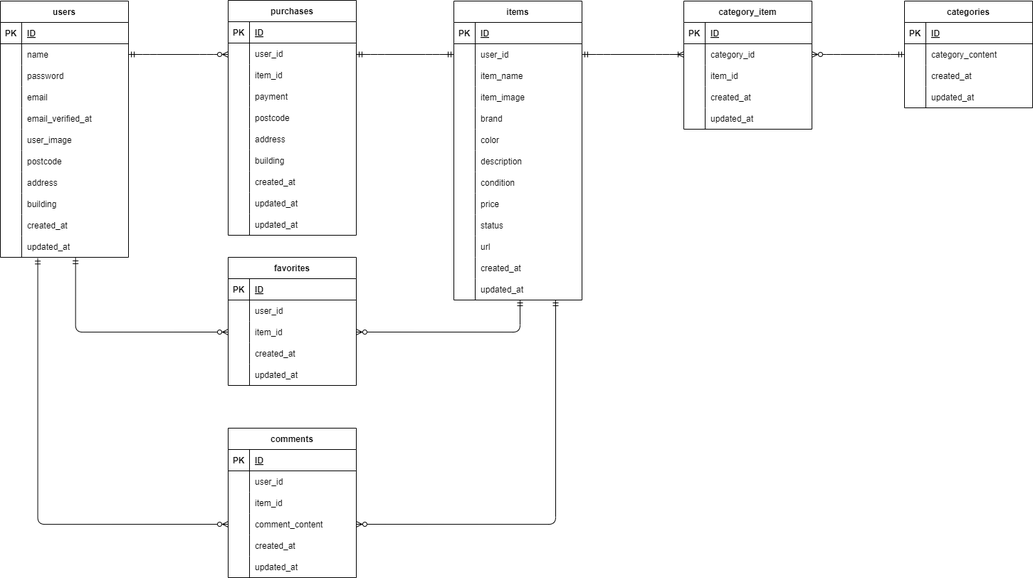
Above: ER.drawio.png in Mai1933/CTfleamarket (draw.io), before the change. Source tidied: cells renumbered, new cells last; positions are measured from the earlier drawing's top-left corner, leaving out a move shared by most shapes.
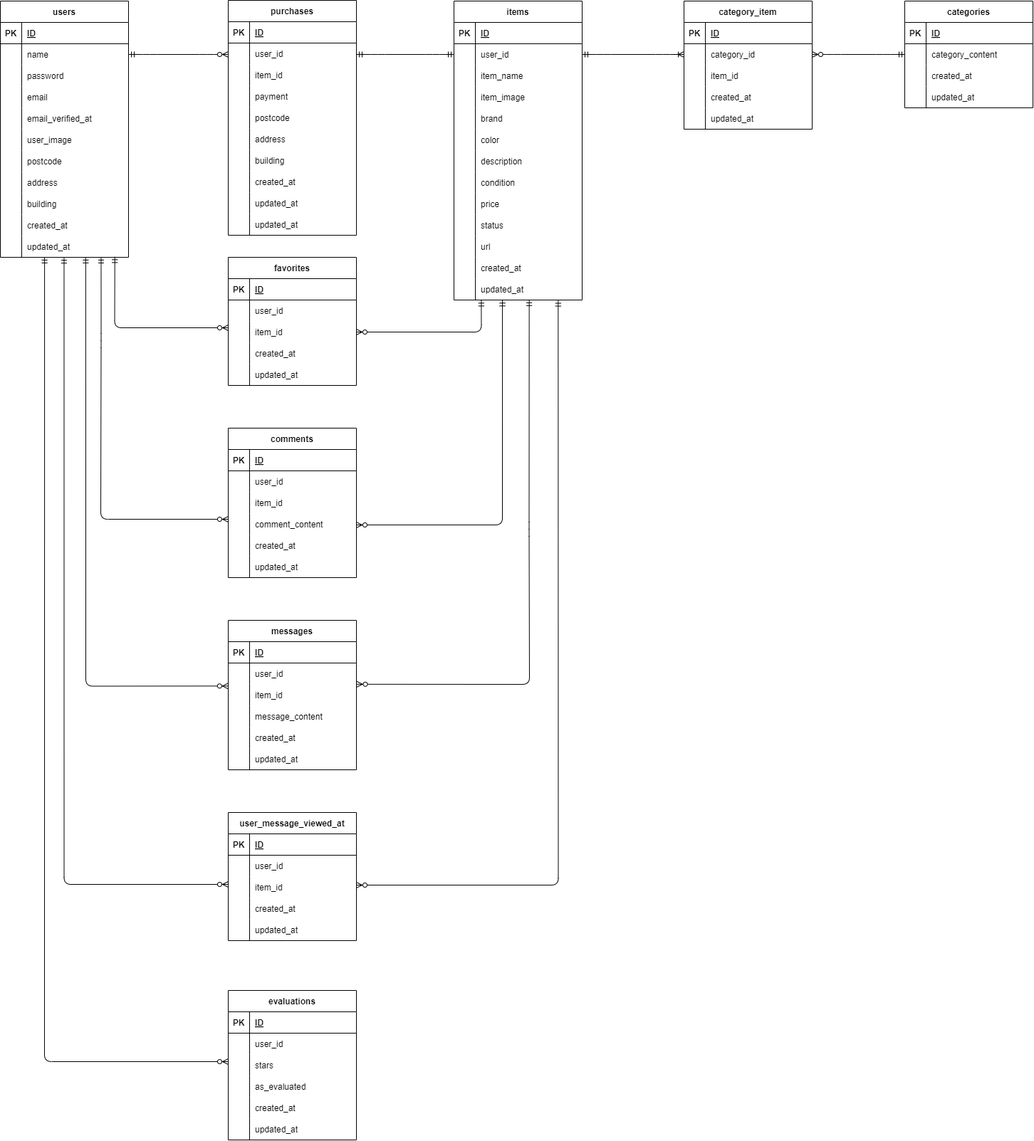
Above is the later version.

The edit, as a diff of the source:
```diff
@@ -520,29 +520,39 @@
         <mxPoint x="637" y="76" as="targetPoint" />
       </mxGeometry>
     </mxCell>
-    <mxCell id="173" style="edgeStyle=orthogonalEdgeStyle;fontSize=12;html=1;endArrow=ERzeroToMany;startArrow=ERmandOne;exitX=0.587;exitY=1.031;exitDx=0;exitDy=0;exitPerimeter=0;entryX=0;entryY=0.5;entryDx=0;entryDy=0;" parent="1" edge="1" source="33" target="114">
-      <mxGeometry relative="1" as="geometry" />
+    <mxCell id="173" style="edgeStyle=orthogonalEdgeStyle;fontSize=12;html=1;endArrow=ERzeroToMany;startArrow=ERmandOne;exitX=0.893;exitY=1.045;exitDx=0;exitDy=0;exitPerimeter=0;entryX=0;entryY=0.5;entryDx=0;entryDy=0;" parent="1" edge="1">
+      <mxGeometry relative="1" as="geometry">
+        <mxPoint x="160.7" y="360.4" as="sourcePoint" />
+        <mxPoint x="320" y="460" as="targetPoint" />
+        <Array as="points">
+          <mxPoint x="161" y="460" />
+        </Array>
+      </mxGeometry>
     </mxCell>
-    <mxCell id="174" style="edgeStyle=orthogonalEdgeStyle;fontSize=12;html=1;endArrow=ERzeroToMany;startArrow=ERmandOne;exitX=0.292;exitY=1.044;exitDx=0;exitDy=0;exitPerimeter=0;entryX=0;entryY=0.5;entryDx=0;entryDy=0;" parent="1" edge="1" source="33" target="133">
+    <mxCell id="174" style="edgeStyle=orthogonalEdgeStyle;fontSize=12;html=1;endArrow=ERzeroToMany;startArrow=ERmandOne;entryX=0;entryY=0.5;entryDx=0;entryDy=0;exitX=0.786;exitY=1.095;exitDx=0;exitDy=0;exitPerimeter=0;" parent="1" edge="1">
       <mxGeometry relative="1" as="geometry">
+        <mxPoint x="141.5" y="360.9" as="sourcePoint" />
+        <mxPoint x="320" y="729" as="targetPoint" />
         <Array as="points">
-          <mxPoint x="53" y="736" />
+          <mxPoint x="141" y="478" />
+          <mxPoint x="141" y="498" />
+          <mxPoint x="141" y="729" />
         </Array>
       </mxGeometry>
     </mxCell>
-    <mxCell id="175" style="edgeStyle=orthogonalEdgeStyle;fontSize=12;html=1;endArrow=ERzeroToMany;startArrow=ERmandOne;entryX=1;entryY=0.5;entryDx=0;entryDy=0;" parent="1" edge="1" target="114">
+    <mxCell id="175" style="edgeStyle=orthogonalEdgeStyle;fontSize=12;html=1;endArrow=ERzeroToMany;startArrow=ERmandOne;entryX=1;entryY=0.5;entryDx=0;entryDy=0;exitX=0.213;exitY=1.012;exitDx=0;exitDy=0;exitPerimeter=0;" parent="1" edge="1" source="73" target="114">
       <mxGeometry relative="1" as="geometry">
-        <mxPoint x="730" y="421" as="sourcePoint" />
         <Array as="points">
-          <mxPoint x="730" y="466" />
+          <mxPoint x="675" y="466" />
         </Array>
       </mxGeometry>
     </mxCell>
-    <mxCell id="176" style="edgeStyle=orthogonalEdgeStyle;fontSize=12;html=1;endArrow=ERzeroToMany;startArrow=ERmandOne;entryX=1;entryY=0.5;entryDx=0;entryDy=0;" parent="1" edge="1" target="133">
+    <mxCell id="176" style="edgeStyle=orthogonalEdgeStyle;fontSize=12;html=1;endArrow=ERzeroToMany;startArrow=ERmandOne;entryX=1;entryY=0.5;entryDx=0;entryDy=0;exitX=0.378;exitY=0.976;exitDx=0;exitDy=0;exitPerimeter=0;" parent="1" edge="1">
       <mxGeometry relative="1" as="geometry">
-        <mxPoint x="780" y="421" as="sourcePoint" />
+        <mxPoint x="705" y="421.3" as="sourcePoint" />
+        <mxPoint x="500" y="737" as="targetPoint" />
         <Array as="points">
-          <mxPoint x="780" y="736" />
+          <mxPoint x="705" y="737" />
         </Array>
       </mxGeometry>
     </mxCell>
@@ -554,5 +564,213 @@
     <mxCell id="178" style="edgeStyle=entityRelationEdgeStyle;fontSize=12;html=1;endArrow=ERzeroToMany;startArrow=ERmandOne;entryX=1;entryY=0.5;entryDx=0;entryDy=0;exitX=0;exitY=0.5;exitDx=0;exitDy=0;" parent="1" edge="1" source="146" target="159">
       <mxGeometry relative="1" as="geometry" />
     </mxCell>
+    <mxCell id="179" value="messages" style="shape=table;startSize=30;rowLines=0;fontStyle=1;align=center;" parent="1" vertex="1">
+      <mxGeometry x="320" y="871" width="180" height="210" as="geometry" />
+    </mxCell>
+    <mxCell id="180" style="shape=tableRow;horizontal=0;startSize=0;swimlaneHead=0;swimlaneBody=0;fillColor=none;top=0;left=0;right=0;bottom=1;" parent="179" vertex="1">
+      <mxGeometry y="30" width="180" height="30" as="geometry" />
+    </mxCell>
+    <mxCell id="181" value="PK" style="shape=partialRectangle;fillColor=none;top=0;left=0;bottom=0;right=0;fontStyle=1;overflow=hidden;" parent="180" vertex="1">
+      <mxGeometry width="30" height="30" as="geometry" />
+    </mxCell>
+    <mxCell id="182" value="ID" style="shape=partialRectangle;fillColor=none;top=0;left=0;bottom=0;right=0;align=left;spacingLeft=6;fontStyle=5;overflow=hidden;" parent="180" vertex="1">
+      <mxGeometry x="30" width="150" height="30" as="geometry" />
+    </mxCell>
+    <mxCell id="183" style="shape=tableRow;horizontal=0;startSize=0;swimlaneHead=0;swimlaneBody=0;fillColor=none;top=0;left=0;right=0;bottom=0;" parent="179" vertex="1">
+      <mxGeometry y="60" width="180" height="30" as="geometry" />
+    </mxCell>
+    <mxCell id="184" style="shape=partialRectangle;fillColor=none;top=0;left=0;bottom=0;right=0;overflow=hidden;" parent="183" vertex="1">
+      <mxGeometry width="30" height="30" as="geometry" />
+    </mxCell>
+    <mxCell id="185" value="user_id" style="shape=partialRectangle;fillColor=none;top=0;left=0;bottom=0;right=0;align=left;spacingLeft=6;overflow=hidden;" parent="183" vertex="1">
+      <mxGeometry x="30" width="150" height="30" as="geometry" />
+    </mxCell>
+    <mxCell id="186" style="shape=tableRow;horizontal=0;startSize=0;swimlaneHead=0;swimlaneBody=0;fillColor=none;top=0;left=0;right=0;bottom=0;" parent="179" vertex="1">
+      <mxGeometry y="90" width="180" height="30" as="geometry" />
+    </mxCell>
+    <mxCell id="187" style="shape=partialRectangle;fillColor=none;top=0;left=0;bottom=0;right=0;overflow=hidden;" parent="186" vertex="1">
+      <mxGeometry width="30" height="30" as="geometry" />
+    </mxCell>
+    <mxCell id="188" value="item_id" style="shape=partialRectangle;fillColor=none;top=0;left=0;bottom=0;right=0;align=left;spacingLeft=6;overflow=hidden;" parent="186" vertex="1">
+      <mxGeometry x="30" width="150" height="30" as="geometry" />
+    </mxCell>
+    <mxCell id="189" style="shape=tableRow;horizontal=0;startSize=0;swimlaneHead=0;swimlaneBody=0;fillColor=none;top=0;left=0;right=0;bottom=0;" parent="179" vertex="1">
+      <mxGeometry y="120" width="180" height="30" as="geometry" />
+    </mxCell>
+    <mxCell id="190" style="shape=partialRectangle;fillColor=none;top=0;left=0;bottom=0;right=0;overflow=hidden;" parent="189" vertex="1">
+      <mxGeometry width="30" height="30" as="geometry" />
+    </mxCell>
+    <mxCell id="191" value="message_content" style="shape=partialRectangle;fillColor=none;top=0;left=0;bottom=0;right=0;align=left;spacingLeft=6;overflow=hidden;" parent="189" vertex="1">
+      <mxGeometry x="30" width="150" height="30" as="geometry" />
+    </mxCell>
+    <mxCell id="192" style="shape=tableRow;horizontal=0;startSize=0;swimlaneHead=0;swimlaneBody=0;fillColor=none;top=0;left=0;right=0;bottom=0;" parent="179" vertex="1">
+      <mxGeometry y="150" width="180" height="30" as="geometry" />
+    </mxCell>
+    <mxCell id="193" style="shape=partialRectangle;fillColor=none;top=0;left=0;bottom=0;right=0;overflow=hidden;" parent="192" vertex="1">
+      <mxGeometry width="30" height="30" as="geometry" />
+    </mxCell>
+    <mxCell id="194" value="created_at" style="shape=partialRectangle;fillColor=none;top=0;left=0;bottom=0;right=0;align=left;spacingLeft=6;overflow=hidden;" parent="192" vertex="1">
+      <mxGeometry x="30" width="150" height="30" as="geometry" />
+    </mxCell>
+    <mxCell id="195" style="shape=tableRow;horizontal=0;startSize=0;swimlaneHead=0;swimlaneBody=0;fillColor=none;top=0;left=0;right=0;bottom=0;" parent="179" vertex="1">
+      <mxGeometry y="180" width="180" height="30" as="geometry" />
+    </mxCell>
+    <mxCell id="196" style="shape=partialRectangle;fillColor=none;top=0;left=0;bottom=0;right=0;overflow=hidden;" parent="195" vertex="1">
+      <mxGeometry width="30" height="30" as="geometry" />
+    </mxCell>
+    <mxCell id="197" value="updated_at" style="shape=partialRectangle;fillColor=none;top=0;left=0;bottom=0;right=0;align=left;spacingLeft=6;overflow=hidden;" parent="195" vertex="1">
+      <mxGeometry x="30" width="150" height="30" as="geometry" />
+    </mxCell>
+    <mxCell id="198" value="user_message_viewed_at" style="shape=table;startSize=30;rowLines=0;fontStyle=1;align=center;" parent="1" vertex="1">
+      <mxGeometry x="320" y="1141" width="180" height="180" as="geometry" />
+    </mxCell>
+    <mxCell id="199" style="shape=tableRow;horizontal=0;startSize=0;swimlaneHead=0;swimlaneBody=0;fillColor=none;top=0;left=0;right=0;bottom=1;" parent="198" vertex="1">
+      <mxGeometry y="30" width="180" height="30" as="geometry" />
+    </mxCell>
+    <mxCell id="200" value="PK" style="shape=partialRectangle;fillColor=none;top=0;left=0;bottom=0;right=0;fontStyle=1;overflow=hidden;" parent="199" vertex="1">
+      <mxGeometry width="30" height="30" as="geometry" />
+    </mxCell>
+    <mxCell id="201" value="ID" style="shape=partialRectangle;fillColor=none;top=0;left=0;bottom=0;right=0;align=left;spacingLeft=6;fontStyle=5;overflow=hidden;" parent="199" vertex="1">
+      <mxGeometry x="30" width="150" height="30" as="geometry" />
+    </mxCell>
+    <mxCell id="202" style="shape=tableRow;horizontal=0;startSize=0;swimlaneHead=0;swimlaneBody=0;fillColor=none;top=0;left=0;right=0;bottom=0;" parent="198" vertex="1">
+      <mxGeometry y="60" width="180" height="30" as="geometry" />
+    </mxCell>
+    <mxCell id="203" style="shape=partialRectangle;fillColor=none;top=0;left=0;bottom=0;right=0;overflow=hidden;" parent="202" vertex="1">
+      <mxGeometry width="30" height="30" as="geometry" />
+    </mxCell>
+    <mxCell id="204" value="user_id" style="shape=partialRectangle;fillColor=none;top=0;left=0;bottom=0;right=0;align=left;spacingLeft=6;overflow=hidden;" parent="202" vertex="1">
+      <mxGeometry x="30" width="150" height="30" as="geometry" />
+    </mxCell>
+    <mxCell id="205" style="shape=tableRow;horizontal=0;startSize=0;swimlaneHead=0;swimlaneBody=0;fillColor=none;top=0;left=0;right=0;bottom=0;" parent="198" vertex="1">
+      <mxGeometry y="90" width="180" height="30" as="geometry" />
+    </mxCell>
+    <mxCell id="206" style="shape=partialRectangle;fillColor=none;top=0;left=0;bottom=0;right=0;overflow=hidden;" parent="205" vertex="1">
+      <mxGeometry width="30" height="30" as="geometry" />
+    </mxCell>
+    <mxCell id="207" value="item_id" style="shape=partialRectangle;fillColor=none;top=0;left=0;bottom=0;right=0;align=left;spacingLeft=6;overflow=hidden;" parent="205" vertex="1">
+      <mxGeometry x="30" width="150" height="30" as="geometry" />
+    </mxCell>
+    <mxCell id="208" style="shape=tableRow;horizontal=0;startSize=0;swimlaneHead=0;swimlaneBody=0;fillColor=none;top=0;left=0;right=0;bottom=0;" parent="198" vertex="1">
+      <mxGeometry y="120" width="180" height="30" as="geometry" />
+    </mxCell>
+    <mxCell id="209" style="shape=partialRectangle;fillColor=none;top=0;left=0;bottom=0;right=0;overflow=hidden;" parent="208" vertex="1">
+      <mxGeometry width="30" height="30" as="geometry" />
+    </mxCell>
+    <mxCell id="210" value="created_at" style="shape=partialRectangle;fillColor=none;top=0;left=0;bottom=0;right=0;align=left;spacingLeft=6;overflow=hidden;" parent="208" vertex="1">
+      <mxGeometry x="30" width="150" height="30" as="geometry" />
+    </mxCell>
+    <mxCell id="211" style="shape=tableRow;horizontal=0;startSize=0;swimlaneHead=0;swimlaneBody=0;fillColor=none;top=0;left=0;right=0;bottom=0;" parent="198" vertex="1">
+      <mxGeometry y="150" width="180" height="30" as="geometry" />
+    </mxCell>
+    <mxCell id="212" style="shape=partialRectangle;fillColor=none;top=0;left=0;bottom=0;right=0;overflow=hidden;" parent="211" vertex="1">
+      <mxGeometry width="30" height="30" as="geometry" />
+    </mxCell>
+    <mxCell id="213" value="updated_at" style="shape=partialRectangle;fillColor=none;top=0;left=0;bottom=0;right=0;align=left;spacingLeft=6;overflow=hidden;" parent="211" vertex="1">
+      <mxGeometry x="30" width="150" height="30" as="geometry" />
+    </mxCell>
+    <mxCell id="214" style="edgeStyle=orthogonalEdgeStyle;fontSize=12;html=1;endArrow=ERzeroToMany;startArrow=ERmandOne;entryX=1.014;entryY=0.093;entryDx=0;entryDy=0;exitX=0.598;exitY=1.094;exitDx=0;exitDy=0;exitPerimeter=0;entryPerimeter=0;" parent="1" edge="1">
+      <mxGeometry relative="1" as="geometry">
+        <mxPoint x="742.6" y="420.8" as="sourcePoint" />
+        <mxPoint x="500.5" y="960.8" as="targetPoint" />
+        <Array as="points">
+          <mxPoint x="743" y="743" />
+          <mxPoint x="743" y="961" />
+        </Array>
+      </mxGeometry>
+    </mxCell>
+    <mxCell id="215" style="edgeStyle=orthogonalEdgeStyle;fontSize=12;html=1;endArrow=ERzeroToMany;startArrow=ERmandOne;entryX=1;entryY=0.5;entryDx=0;entryDy=0;exitX=0.813;exitY=1.118;exitDx=0;exitDy=0;exitPerimeter=0;" parent="1" edge="1">
+      <mxGeometry relative="1" as="geometry">
+        <mxPoint x="783.3" y="421.5" as="sourcePoint" />
+        <mxPoint x="500" y="1243" as="targetPoint" />
+        <Array as="points">
+          <mxPoint x="783" y="1243" />
+        </Array>
+      </mxGeometry>
+    </mxCell>
+    <mxCell id="216" style="edgeStyle=orthogonalEdgeStyle;fontSize=12;html=1;endArrow=ERzeroToMany;startArrow=ERmandOne;entryX=-0.012;entryY=0.277;entryDx=0;entryDy=0;entryPerimeter=0;exitX=0.666;exitY=1.095;exitDx=0;exitDy=0;exitPerimeter=0;" parent="1" edge="1">
+      <mxGeometry relative="1" as="geometry">
+        <mxPoint x="119.9" y="360.9" as="sourcePoint" />
+        <mxPoint x="319.8" y="963.3" as="targetPoint" />
+        <Array as="points">
+          <mxPoint x="120" y="963" />
+        </Array>
+      </mxGeometry>
+    </mxCell>
+    <mxCell id="217" style="edgeStyle=orthogonalEdgeStyle;fontSize=12;html=1;endArrow=ERzeroToMany;startArrow=ERmandOne;entryX=0;entryY=0.5;entryDx=0;entryDy=0;exitX=0.497;exitY=1.073;exitDx=0;exitDy=0;exitPerimeter=0;" parent="1" edge="1">
+      <mxGeometry relative="1" as="geometry">
+        <mxPoint x="89.5" y="361.2" as="sourcePoint" />
+        <mxPoint x="320" y="1242" as="targetPoint" />
+        <Array as="points">
+          <mxPoint x="90" y="1242" />
+        </Array>
+      </mxGeometry>
+    </mxCell>
+    <mxCell id="218" value="evaluations" style="shape=table;startSize=30;rowLines=0;fontStyle=1;align=center;" parent="1" vertex="1">
+      <mxGeometry x="320" y="1391" width="180" height="210" as="geometry" />
+    </mxCell>
+    <mxCell id="219" style="shape=tableRow;horizontal=0;startSize=0;swimlaneHead=0;swimlaneBody=0;fillColor=none;top=0;left=0;right=0;bottom=1;" parent="218" vertex="1">
+      <mxGeometry y="30" width="180" height="30" as="geometry" />
+    </mxCell>
+    <mxCell id="220" value="PK" style="shape=partialRectangle;fillColor=none;top=0;left=0;bottom=0;right=0;fontStyle=1;overflow=hidden;" parent="219" vertex="1">
+      <mxGeometry width="30" height="30" as="geometry" />
+    </mxCell>
+    <mxCell id="221" value="ID" style="shape=partialRectangle;fillColor=none;top=0;left=0;bottom=0;right=0;align=left;spacingLeft=6;fontStyle=5;overflow=hidden;" parent="219" vertex="1">
+      <mxGeometry x="30" width="150" height="30" as="geometry" />
+    </mxCell>
+    <mxCell id="222" style="shape=tableRow;horizontal=0;startSize=0;swimlaneHead=0;swimlaneBody=0;fillColor=none;top=0;left=0;right=0;bottom=0;" parent="218" vertex="1">
+      <mxGeometry y="60" width="180" height="30" as="geometry" />
+    </mxCell>
+    <mxCell id="223" style="shape=partialRectangle;fillColor=none;top=0;left=0;bottom=0;right=0;overflow=hidden;" parent="222" vertex="1">
+      <mxGeometry width="30" height="30" as="geometry" />
+    </mxCell>
+    <mxCell id="224" value="user_id" style="shape=partialRectangle;fillColor=none;top=0;left=0;bottom=0;right=0;align=left;spacingLeft=6;overflow=hidden;" parent="222" vertex="1">
+      <mxGeometry x="30" width="150" height="30" as="geometry" />
+    </mxCell>
+    <mxCell id="225" style="shape=tableRow;horizontal=0;startSize=0;swimlaneHead=0;swimlaneBody=0;fillColor=none;top=0;left=0;right=0;bottom=0;" parent="218" vertex="1">
+      <mxGeometry y="90" width="180" height="30" as="geometry" />
+    </mxCell>
+    <mxCell id="226" style="shape=partialRectangle;fillColor=none;top=0;left=0;bottom=0;right=0;overflow=hidden;" parent="225" vertex="1">
+      <mxGeometry width="30" height="30" as="geometry" />
+    </mxCell>
+    <mxCell id="227" value="stars" style="shape=partialRectangle;fillColor=none;top=0;left=0;bottom=0;right=0;align=left;spacingLeft=6;overflow=hidden;" parent="225" vertex="1">
+      <mxGeometry x="30" width="150" height="30" as="geometry" />
+    </mxCell>
+    <mxCell id="228" style="shape=tableRow;horizontal=0;startSize=0;swimlaneHead=0;swimlaneBody=0;fillColor=none;top=0;left=0;right=0;bottom=0;" parent="218" vertex="1">
+      <mxGeometry y="120" width="180" height="30" as="geometry" />
+    </mxCell>
+    <mxCell id="229" style="shape=partialRectangle;fillColor=none;top=0;left=0;bottom=0;right=0;overflow=hidden;" parent="228" vertex="1">
+      <mxGeometry width="30" height="30" as="geometry" />
+    </mxCell>
+    <mxCell id="230" value="as_evaluated" style="shape=partialRectangle;fillColor=none;top=0;left=0;bottom=0;right=0;align=left;spacingLeft=6;overflow=hidden;" parent="228" vertex="1">
+      <mxGeometry x="30" width="150" height="30" as="geometry" />
+    </mxCell>
+    <mxCell id="231" style="shape=tableRow;horizontal=0;startSize=0;swimlaneHead=0;swimlaneBody=0;fillColor=none;top=0;left=0;right=0;bottom=0;" parent="218" vertex="1">
+      <mxGeometry y="150" width="180" height="30" as="geometry" />
+    </mxCell>
+    <mxCell id="232" style="shape=partialRectangle;fillColor=none;top=0;left=0;bottom=0;right=0;overflow=hidden;" parent="231" vertex="1">
+      <mxGeometry width="30" height="30" as="geometry" />
+    </mxCell>
+    <mxCell id="233" value="created_at" style="shape=partialRectangle;fillColor=none;top=0;left=0;bottom=0;right=0;align=left;spacingLeft=6;overflow=hidden;" parent="231" vertex="1">
+      <mxGeometry x="30" width="150" height="30" as="geometry" />
+    </mxCell>
+    <mxCell id="234" style="shape=tableRow;horizontal=0;startSize=0;swimlaneHead=0;swimlaneBody=0;fillColor=none;top=0;left=0;right=0;bottom=0;" parent="218" vertex="1">
+      <mxGeometry y="180" width="180" height="30" as="geometry" />
+    </mxCell>
+    <mxCell id="235" style="shape=partialRectangle;fillColor=none;top=0;left=0;bottom=0;right=0;overflow=hidden;" parent="234" vertex="1">
+      <mxGeometry width="30" height="30" as="geometry" />
+    </mxCell>
+    <mxCell id="236" value="updated_at" style="shape=partialRectangle;fillColor=none;top=0;left=0;bottom=0;right=0;align=left;spacingLeft=6;overflow=hidden;" parent="234" vertex="1">
+      <mxGeometry x="30" width="150" height="30" as="geometry" />
+    </mxCell>
+    <mxCell id="237" style="edgeStyle=orthogonalEdgeStyle;fontSize=12;html=1;endArrow=ERzeroToMany;startArrow=ERmandOne;exitX=0.345;exitY=1.196;exitDx=0;exitDy=0;exitPerimeter=0;" parent="1" edge="1">
+      <mxGeometry relative="1" as="geometry">
+        <mxPoint x="62.1" y="360.9" as="sourcePoint" />
+        <mxPoint x="320" y="1491" as="targetPoint" />
+        <Array as="points">
+          <mxPoint x="62" y="1491" />
+        </Array>
+      </mxGeometry>
+    </mxCell>
   </root>
 </mxGraphModel>
```
